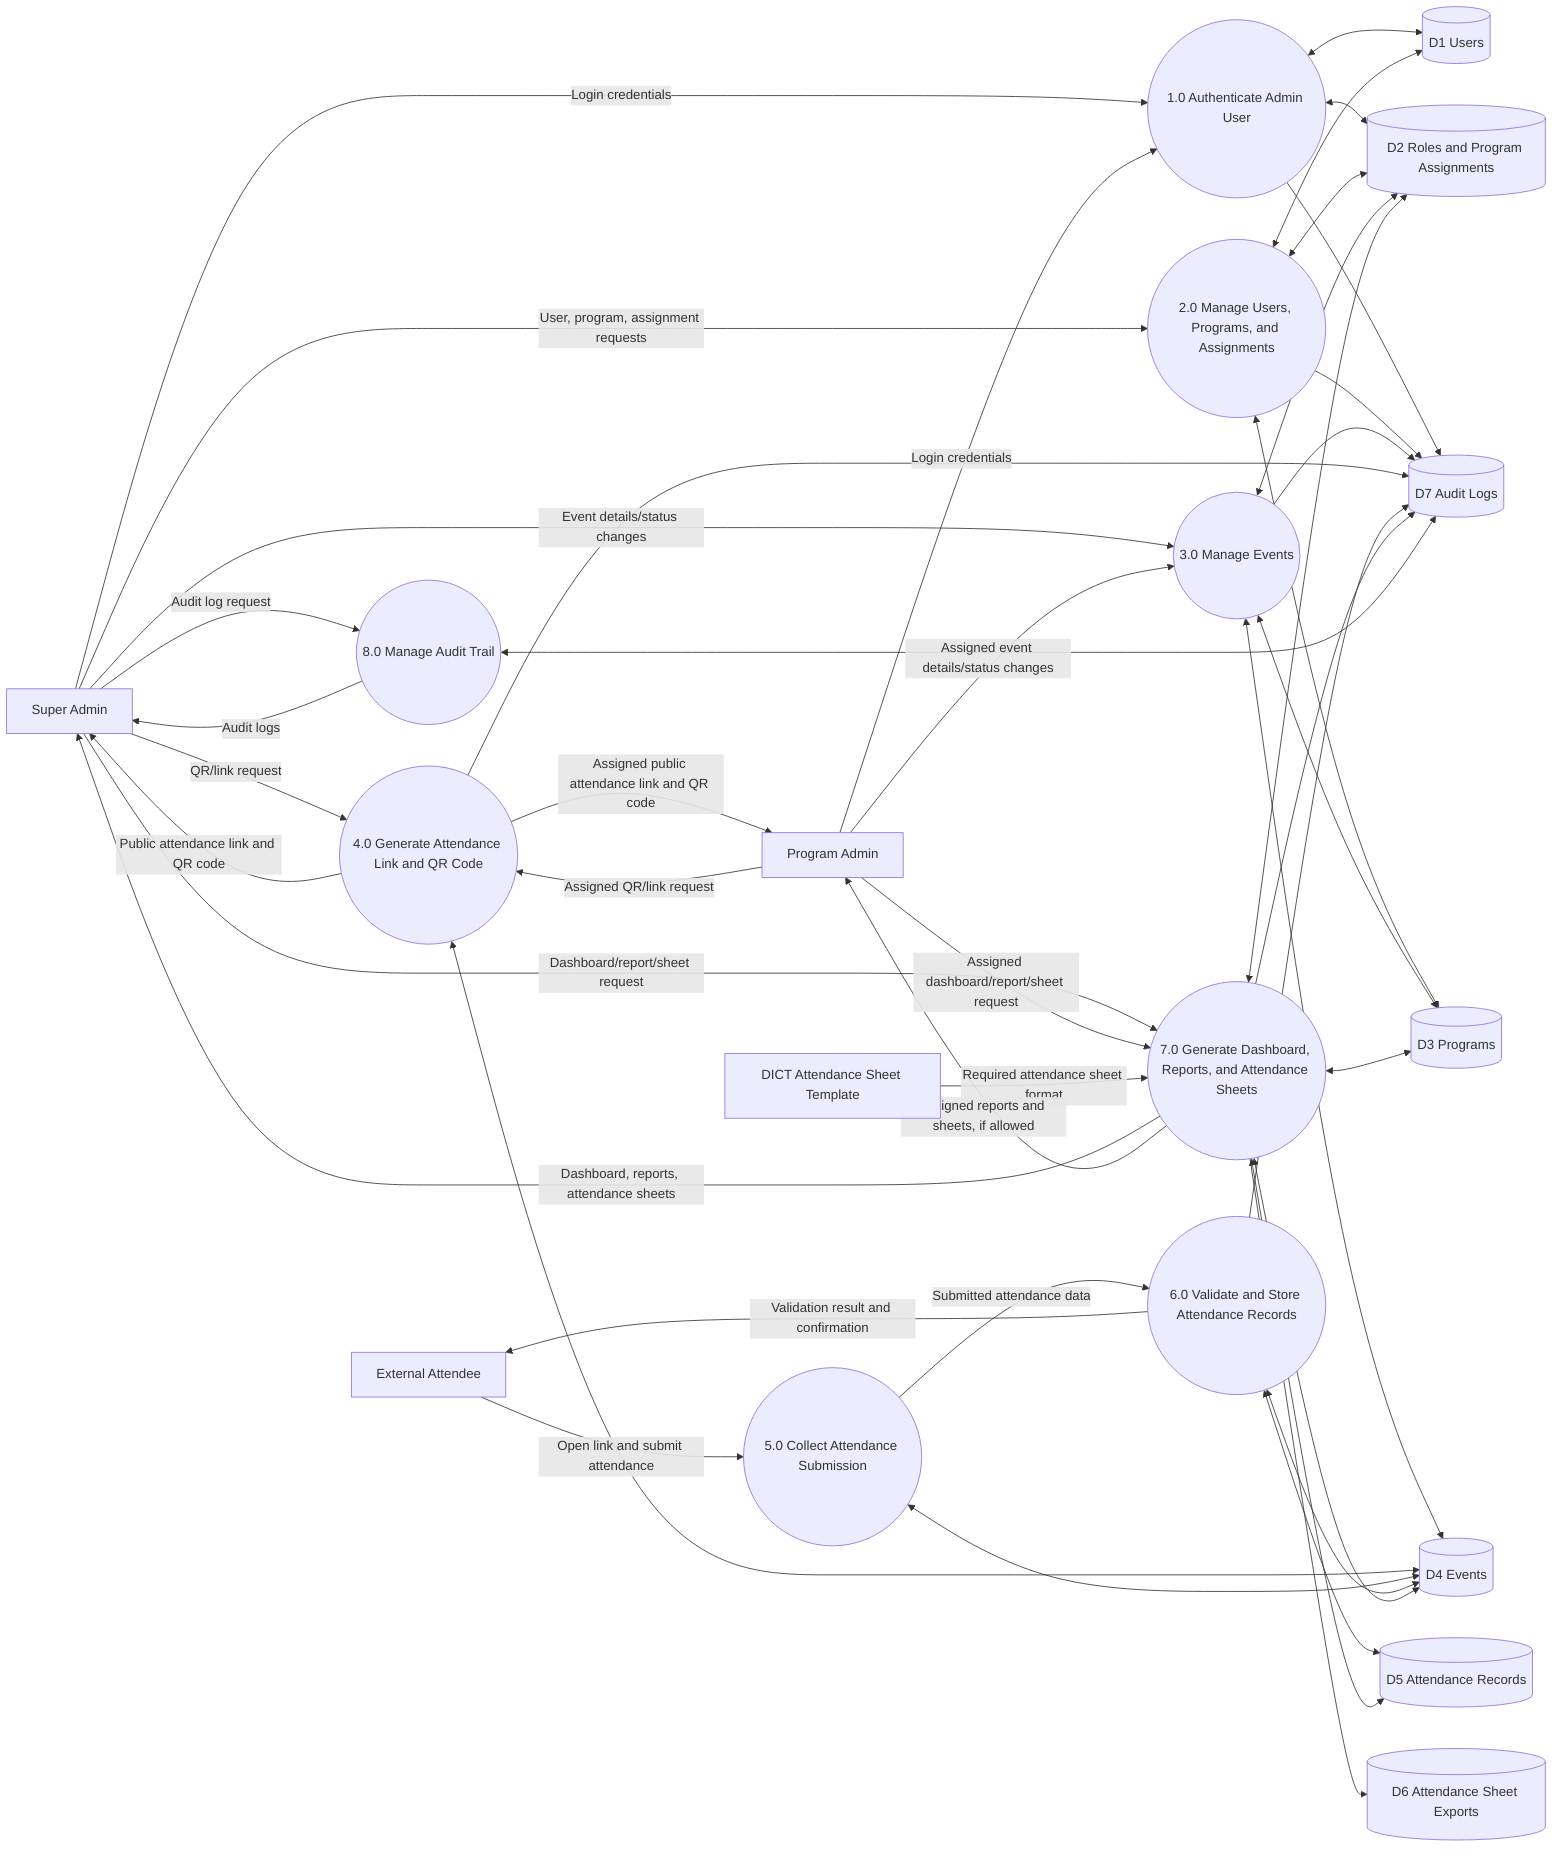
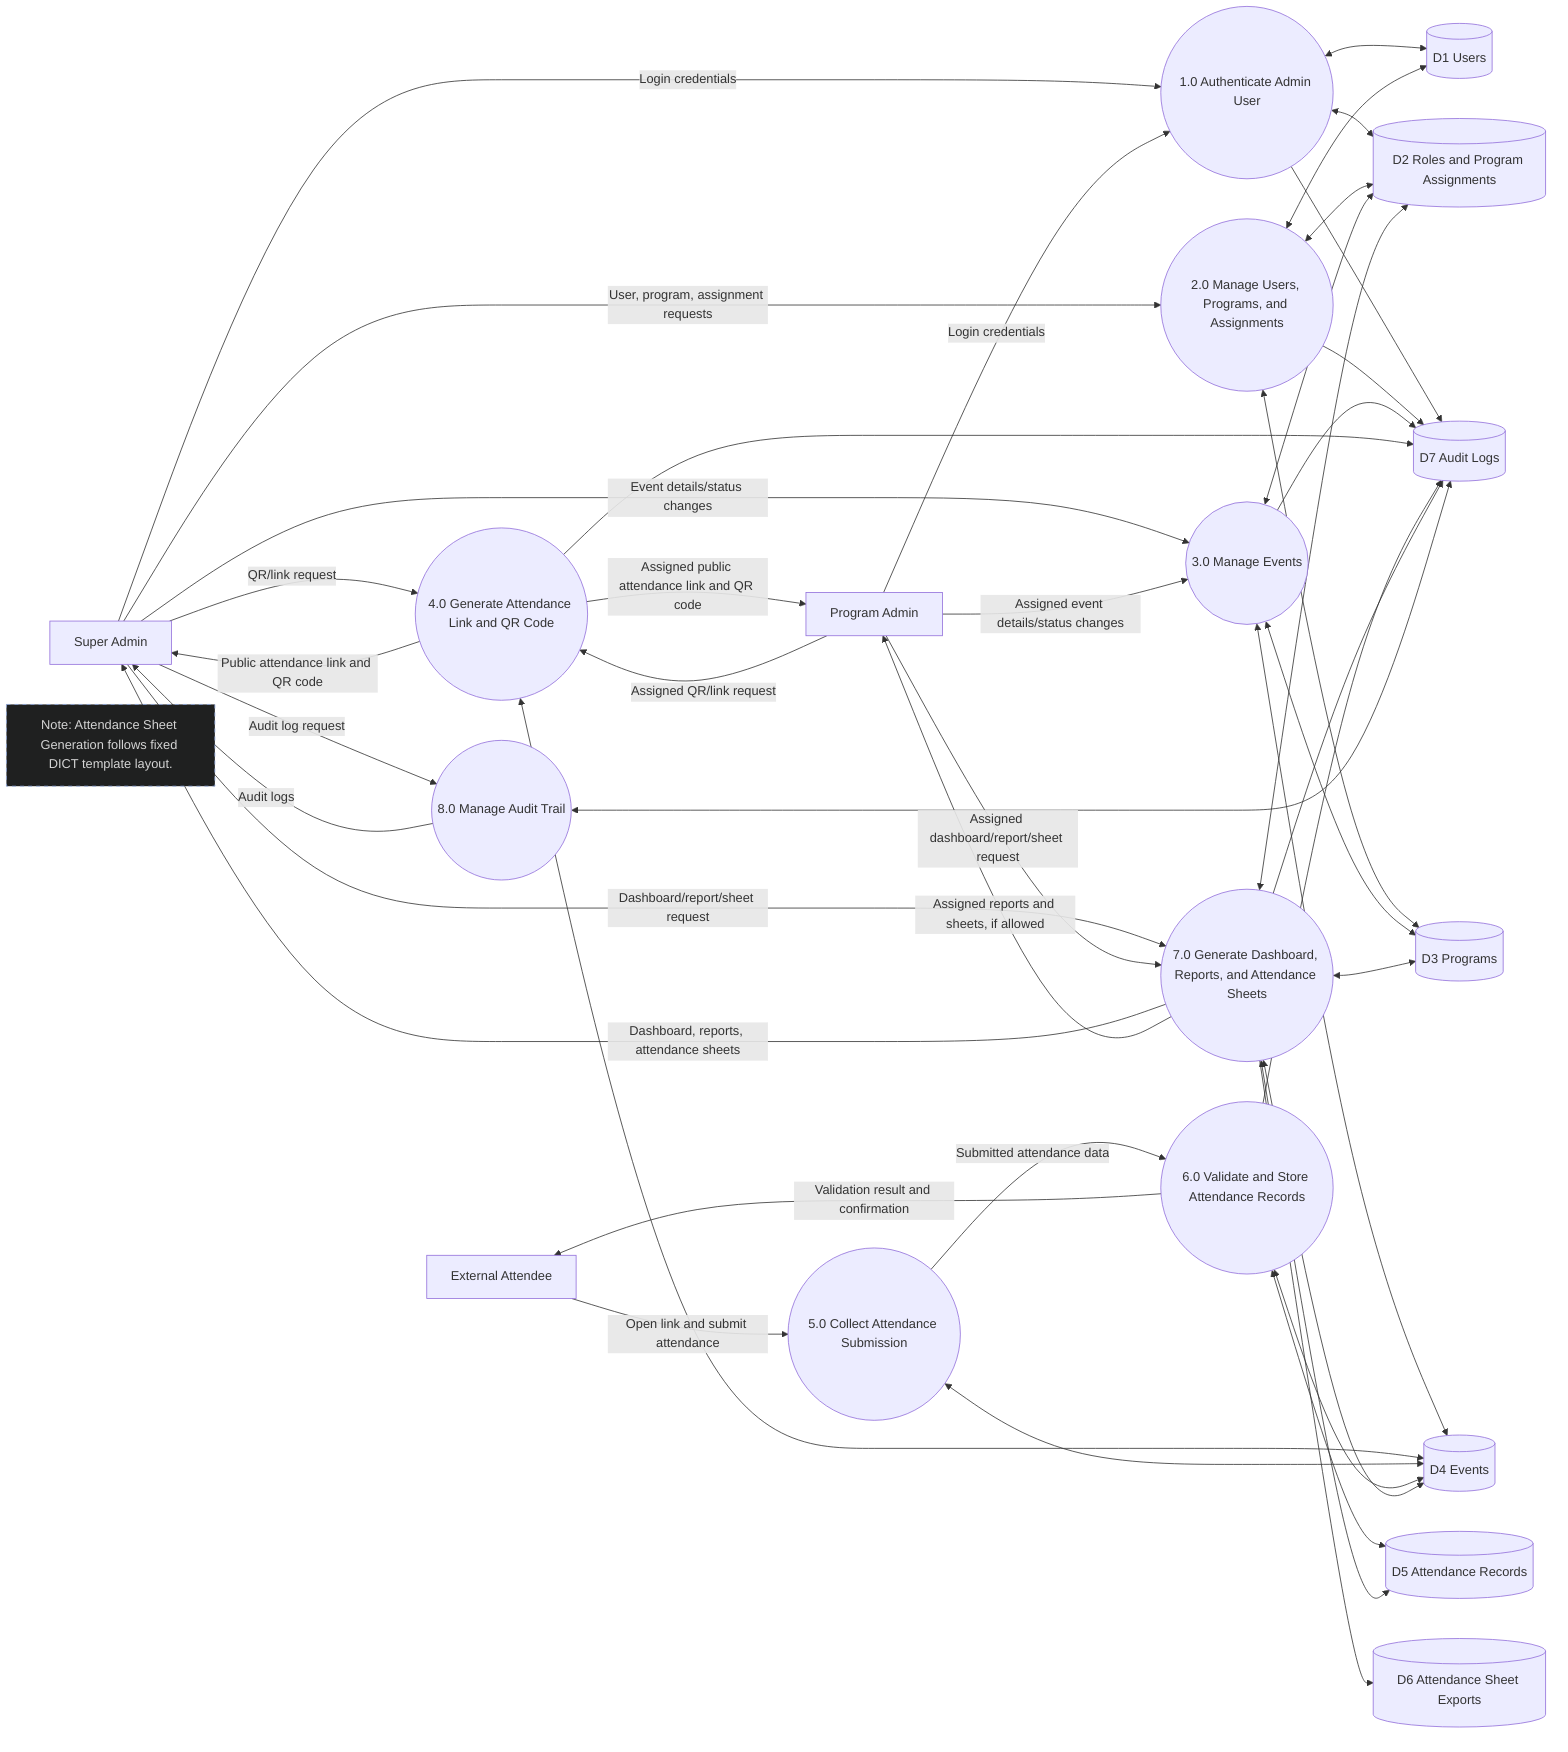
flowchart LR
  super_admin[Super Admin]
  program_admin[Program Admin]
  attendee[External Attendee]
-   template[DICT Attendance Sheet Template]
+   note_template["Note: Attendance Sheet Generation follows fixed DICT template layout."]

  p1((1.0 Authenticate Admin User))
  p2((2.0 Manage Users, Programs, and Assignments))
  p3((3.0 Manage Events))
  p4((4.0 Generate Attendance Link and QR Code))
  p5((5.0 Collect Attendance Submission))
  p6((6.0 Validate and Store Attendance Records))
  p7((7.0 Generate Dashboard, Reports, and Attendance Sheets))
  p8((8.0 Manage Audit Trail))

  d1[(D1 Users)]
  d2[(D2 Roles and Program Assignments)]
  d3[(D3 Programs)]
  d4[(D4 Events)]
  d5[(D5 Attendance Records)]
  d6[(D6 Attendance Sheet Exports)]
  d7[(D7 Audit Logs)]

  super_admin -->|Login credentials| p1
  program_admin -->|Login credentials| p1
  p1 <--> d1
  p1 <--> d2
  p1 --> d7

  super_admin -->|User, program, assignment requests| p2
  p2 <--> d1
  p2 <--> d2
  p2 <--> d3
  p2 --> d7

  super_admin -->|Event details/status changes| p3
  program_admin -->|Assigned event details/status changes| p3
  p3 <--> d2
  p3 <--> d3
  p3 <--> d4
  p3 --> d7

  super_admin -->|QR/link request| p4
  program_admin -->|Assigned QR/link request| p4
  p4 <--> d4
  p4 --> d7
  p4 -->|Public attendance link and QR code| super_admin
  p4 -->|Assigned public attendance link and QR code| program_admin

  attendee -->|Open link and submit attendance| p5
  p5 <--> d4
  p5 -->|Submitted attendance data| p6
  p6 <--> d4
  p6 <--> d5
  p6 --> d7
  p6 -->|Validation result and confirmation| attendee

  super_admin -->|Dashboard/report/sheet request| p7
  program_admin -->|Assigned dashboard/report/sheet request| p7
-   template -->|Required attendance sheet format| p7
  p7 <--> d2
  p7 <--> d3
  p7 <--> d4
  p7 <--> d5
  p7 --> d6
  p7 --> d7
  p7 -->|Dashboard, reports, attendance sheets| super_admin
  p7 -->|Assigned reports and sheets, if allowed| program_admin

  super_admin -->|Audit log request| p8
  p8 <--> d7
  p8 -->|Audit logs| super_admin
+ 
+   classDef note fill:#1f2020,stroke:#8CA6DB,color:#d4d4d4,stroke-dasharray: 5 5
+   class note_template note
